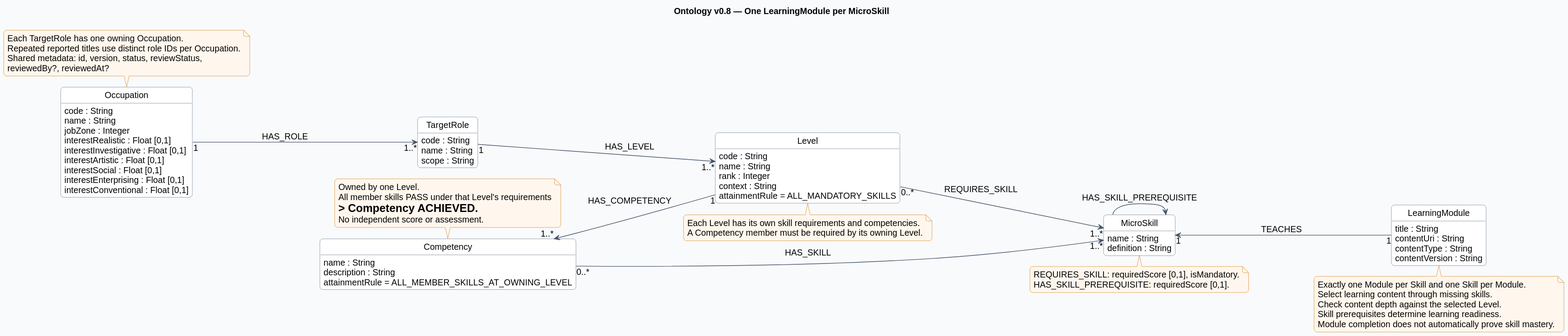
Above: documents/diagrams/neo4j.svg in SEP490-Fall-2026-GFA26SE64/SEP490 (PlantUML), before the change.
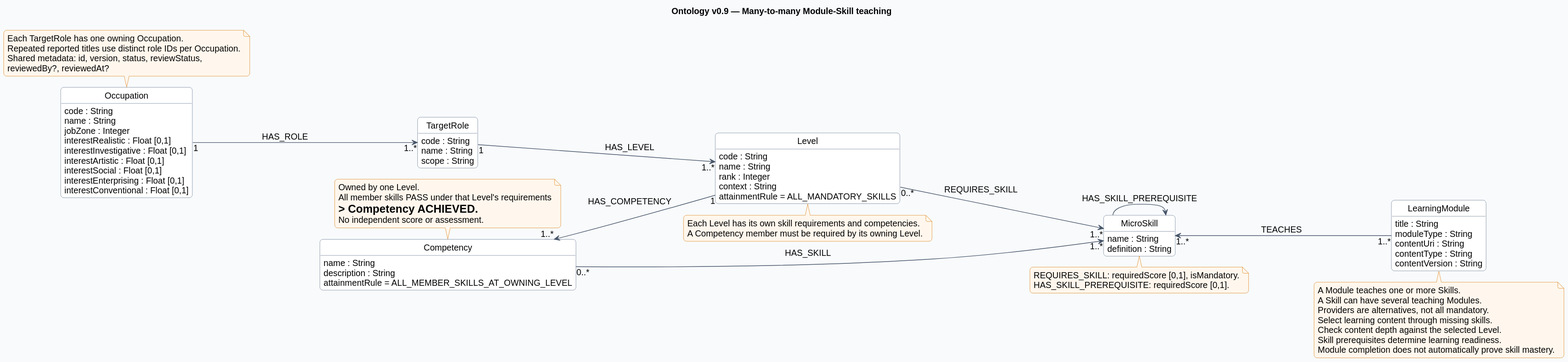
After the commit.

What changed in the source:
```diff
@@ -14,7 +14,7 @@
 skinparam noteBorderColor #D97706
 skinparam defaultFontName Arial
 skinparam defaultFontSize 14
-title Ontology v0.8 — One LearningModule per MicroSkill
+title Ontology v0.9 — Many-to-many Module-Skill teaching
 class Occupation {
  code : String
  name : String
@@ -49,6 +49,7 @@
 }
 class LearningModule {
  title : String
+ moduleType : String
  contentUri : String
  contentType : String
  contentVersion : String
@@ -58,7 +59,7 @@
 Level "1" -up-> "1..*" Competency : HAS_COMPETENCY
 Competency "0..*" --> "1..*" MicroSkill : HAS_SKILL
 Level "0..*" --> "1..*" MicroSkill : REQUIRES_SKILL
-LearningModule "1" -up-> "1" MicroSkill : TEACHES
+LearningModule "1..*" -up-> "1..*" MicroSkill : TEACHES
 MicroSkill --> MicroSkill : HAS_SKILL_PREREQUISITE
 note bottom of MicroSkill
 REQUIRES_SKILL: requiredScore [0,1], isMandatory.
@@ -75,7 +76,9 @@
 A Competency member must be required by its owning Level.
 end note
 note bottom of LearningModule
-Exactly one Module per Skill and one Skill per Module.
+A Module teaches one or more Skills.
+A Skill can have several teaching Modules.
+Providers are alternatives, not all mandatory.
 Select learning content through missing skills.
 Check content depth against the selected Level.
 Skill prerequisites determine learning readiness.
```
